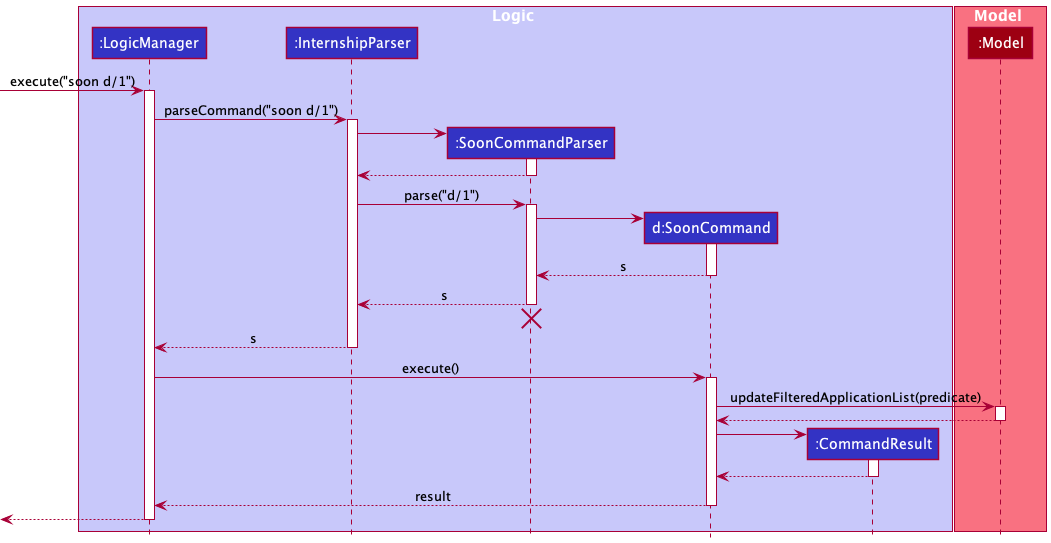
Earlier version of the PlantUML export docs/images/umldiagrams/SoonSequenceDiagram.png (tianyue58/tp). The source it was exported from:
```plantuml
@startuml
!include style.puml

box Logic LOGIC_COLOR_T1
participant ":LogicManager" as LogicManager LOGIC_COLOR
participant ":InternshipParser" as InternshipParser LOGIC_COLOR
participant ":SoonCommandParser" as SoonCommandParser LOGIC_COLOR
participant "d:SoonCommand" as SoonCommand LOGIC_COLOR
participant ":CommandResult" as CommandResult LOGIC_COLOR
end box

box Model MODEL_COLOR_T1
participant ":Model" as Model MODEL_COLOR
end box

[-> LogicManager : execute("soon d/1")
activate LogicManager

LogicManager -> InternshipParser : parseCommand("soon d/1")
activate InternshipParser

create SoonCommandParser
InternshipParser -> SoonCommandParser
activate SoonCommandParser

SoonCommandParser --> InternshipParser
deactivate SoonCommandParser

InternshipParser -> SoonCommandParser : parse("d/1")
activate SoonCommandParser

create SoonCommand
SoonCommandParser -> SoonCommand
activate SoonCommand

SoonCommand --> SoonCommandParser : s
deactivate SoonCommand

SoonCommandParser --> InternshipParser : s
deactivate SoonCommandParser
SoonCommandParser -[hidden]-> InternshipParser
destroy SoonCommandParser

InternshipParser --> LogicManager : s
deactivate InternshipParser

LogicManager -> SoonCommand : execute()
activate SoonCommand

SoonCommand -> Model : updateFilteredApplicationList(predicate)
activate Model

Model --> SoonCommand
deactivate Model

create CommandResult
SoonCommand -> CommandResult
activate CommandResult

CommandResult --> SoonCommand
deactivate CommandResult

SoonCommand --> LogicManager : result
deactivate SoonCommand

[<--LogicManager
deactivate LogicManager
@enduml
```
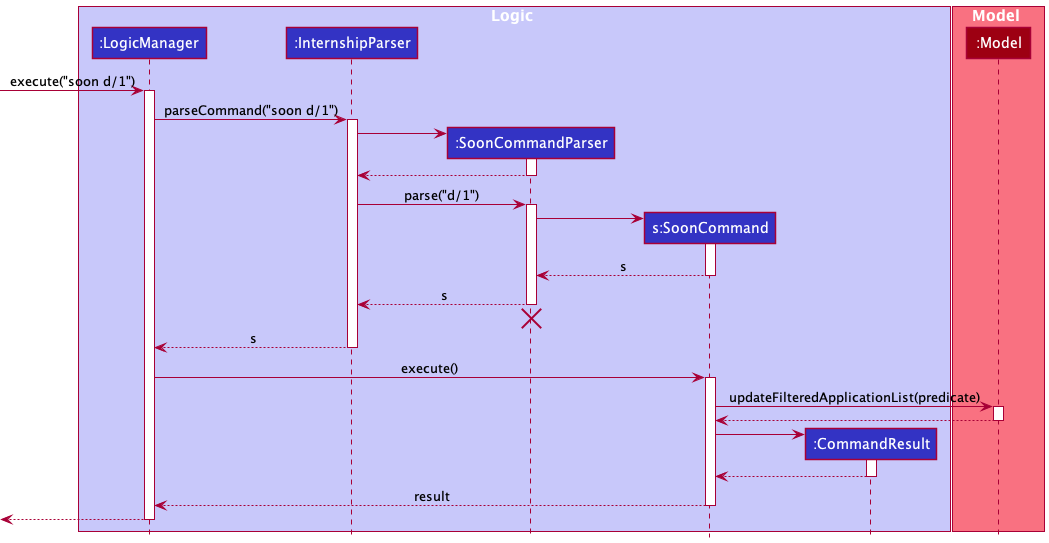
The same file after the commit.

The edit, as a diff of the source:
```diff
@@ -5,7 +5,7 @@
 participant ":LogicManager" as LogicManager LOGIC_COLOR
 participant ":InternshipParser" as InternshipParser LOGIC_COLOR
 participant ":SoonCommandParser" as SoonCommandParser LOGIC_COLOR
-participant "d:SoonCommand" as SoonCommand LOGIC_COLOR
+participant "s:SoonCommand" as SoonCommand LOGIC_COLOR
 participant ":CommandResult" as CommandResult LOGIC_COLOR
 end box
 
```
